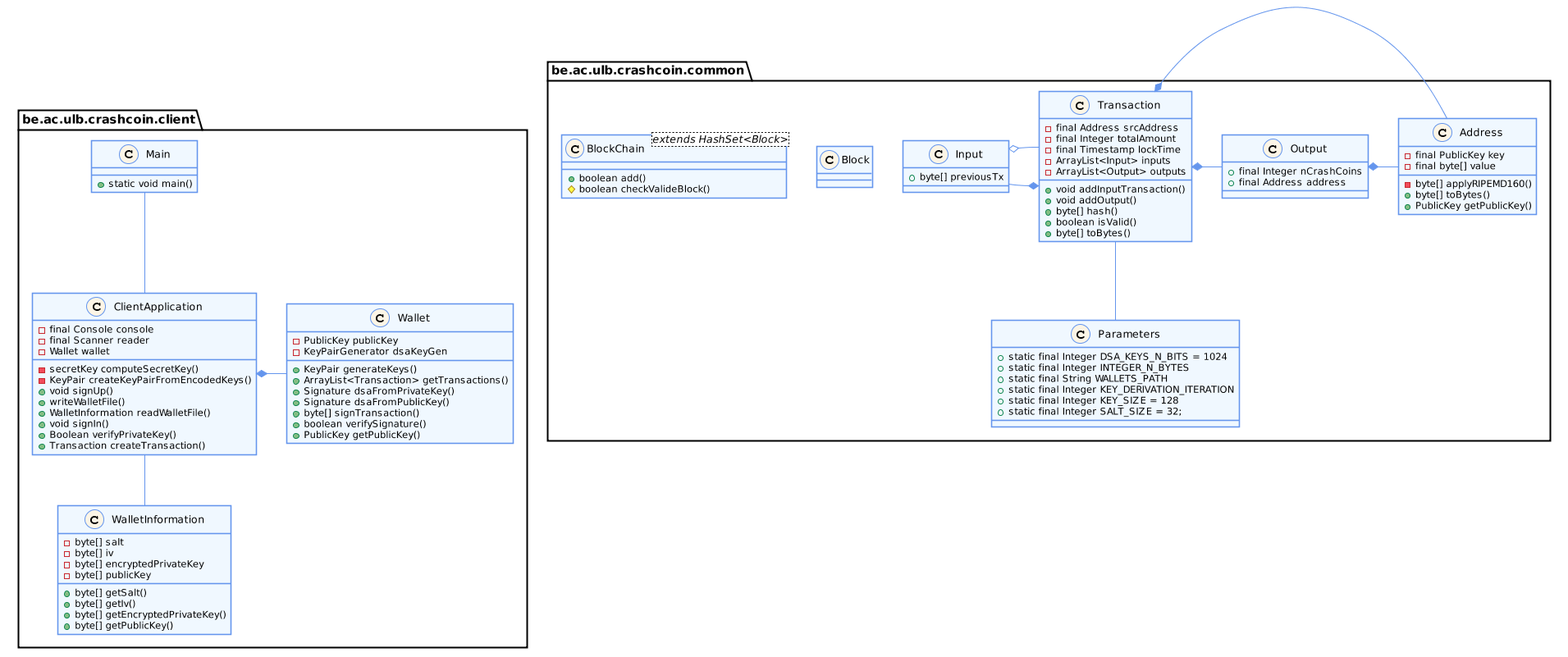
Above: doc/UmlClassModel.png in StanIsAdmin/CrashCoin (PlantUML), before the change. The source it was exported from:
```plantuml
@startuml


skinparam shadowing false

skinparam dpi 100

skinparam class {
  BackgroundColor AliceBlue
  ArrowColor CornflowerBlue
  BorderColor CornflowerBlue
}
skinparam stereotypeCBackgroundColor OldLace

package "be.ac.ulb.crashcoin.client" {
class Main {
+ static void main()
}

class ClientApplication {
- final Console console
- final Scanner reader
- Wallet wallet
- secretKey computeSecretKey()
- KeyPair createKeyPairFromEncodedKeys()
+ void signUp()
+ writeWalletFile()
+ WalletInformation readWalletFile()
+ void signIn()
+ Boolean verifyPrivateKey()
+ Transaction createTransaction()
}

class Wallet {
- PublicKey publicKey
- KeyPairGenerator dsaKeyGen
+ KeyPair generateKeys()
+ ArrayList<Transaction> getTransactions()
+ Signature dsaFromPrivateKey()
+ Signature dsaFromPublicKey()
+ byte[] signTransaction()
+ boolean verifySignature()
+ PublicKey getPublicKey()
}

class WalletInformation {
- byte[] salt
- byte[] iv
- byte[] encryptedPrivateKey
- byte[] publicKey
+ byte[] getSalt()
+ byte[] getIv()
+ byte[] getEncryptedPrivateKey()
+ byte[] getPublicKey()
}
}

package "be.ac.ulb.crashcoin.common" {
class Address {
- final PublicKey key
- final byte[] value
- byte[] applyRIPEMD160()
+ byte[] toBytes()
+ PublicKey getPublicKey()
}

class Block {
}

class BlockChain<extends HashSet<Block>> {
+ boolean add()
# boolean checkValideBlock()
}

class Parameters {
+ static final Integer DSA_KEYS_N_BITS = 1024
+ static final Integer INTEGER_N_BYTES
+ static final String WALLETS_PATH
+ static final Integer KEY_DERIVATION_ITERATION
+ static final Integer KEY_SIZE = 128
+ static final Integer SALT_SIZE = 32;
}

class Transaction {
- final Address srcAddress
- final Integer totalAmount
- final Timestamp lockTime
- ArrayList<Input> inputs
- ArrayList<Output> outputs
+ void addInputTransaction()
+ void addOutput()
+ byte[] hash()
+ boolean isValid()
+ byte[] toBytes()
}

class Input {
+ byte[] previousTx
}

class Output {
+ final Integer nCrashCoins
+ final Address address
}

}

Main -- ClientApplication
ClientApplication -- WalletInformation
ClientApplication *- Wallet
Transaction -- Parameters
Transaction *- Input
Input o- Transaction
Transaction *- Output
Transaction *- Address
Output *- Address
@enduml
```
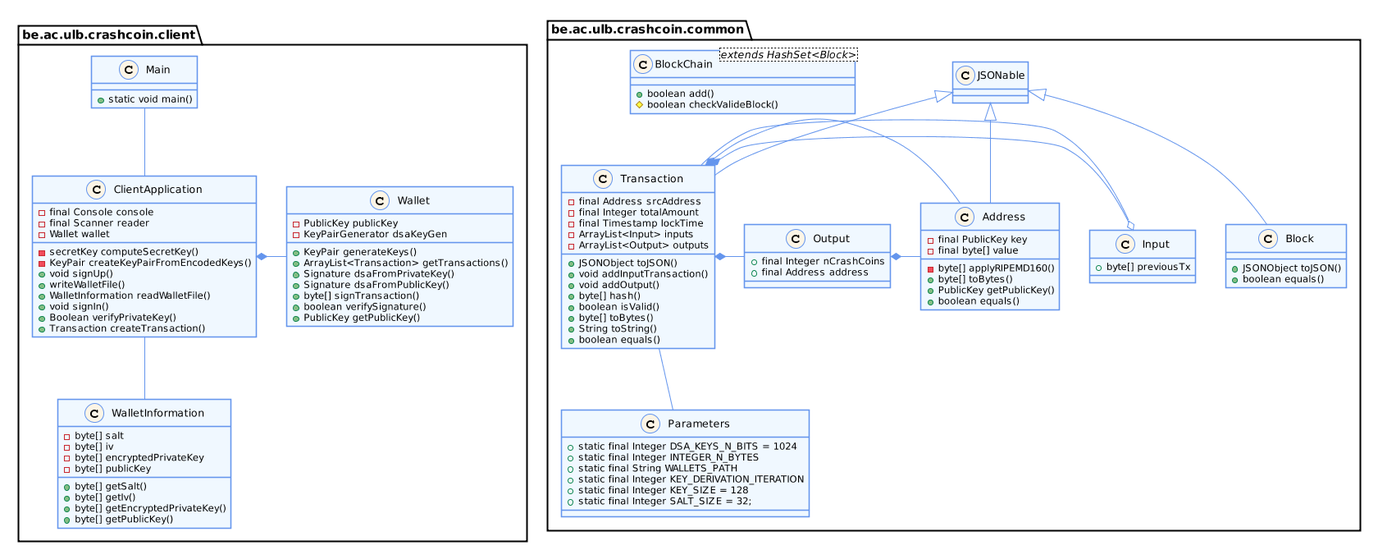
Later version of the same file.

Commit message:
update of the uml. The uml now takes account of the modifications brought by the lastest merge.

Change to the diagram source:
```diff
@@ -56,15 +56,22 @@
 }
 
 package "be.ac.ulb.crashcoin.common" {
+class JSONable {
+
+}
+
 class Address {
 - final PublicKey key
 - final byte[] value
 - byte[] applyRIPEMD160()
 + byte[] toBytes()
 + PublicKey getPublicKey()
++ boolean equals()
 }
 
 class Block {
++ JSONObject toJSON()
++ boolean equals()
 }
 
 class BlockChain<extends HashSet<Block>> {
@@ -87,11 +94,14 @@
 - final Timestamp lockTime
 - ArrayList<Input> inputs
 - ArrayList<Output> outputs
++ JSONObject toJSON()
 + void addInputTransaction()
 + void addOutput()
 + byte[] hash()
 + boolean isValid()
 + byte[] toBytes()
++ String toString()
++ boolean equals()
 }
 
 class Input {
@@ -114,4 +124,7 @@
 Transaction *- Output
 Transaction *- Address
 Output *- Address
+JSONable <|-- Address
+JSONable <|-- Block
+JSONable <|-- Transaction
 @enduml
```
